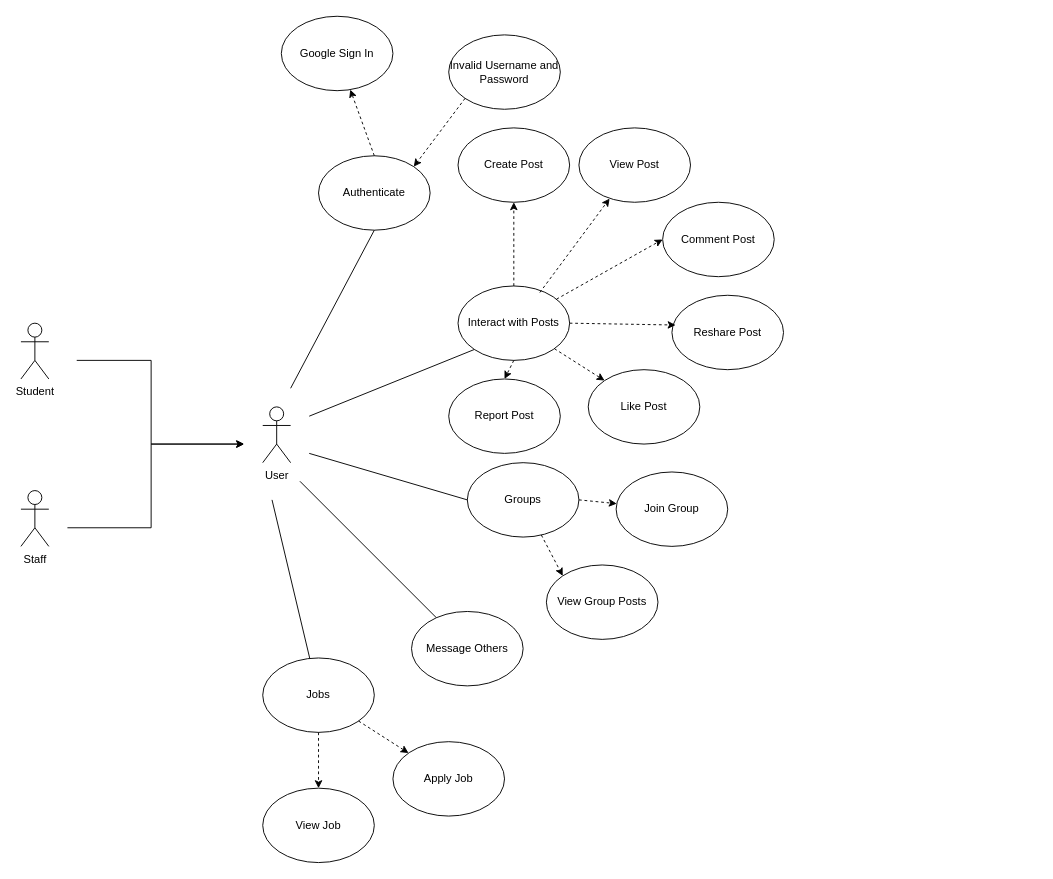
Earlier version of the draw.io diagram Untitled Diagram.drawio (owenbean400/USMsocialMedia). Source tidied: cells renumbered, new cells numbered last; positions are measured from the earlier drawing's top-left corner, leaving out a move shared by most shapes. Both pictures are drawn from the tidied source at 93%, with x=0, y=0 at pixel (20, 16).
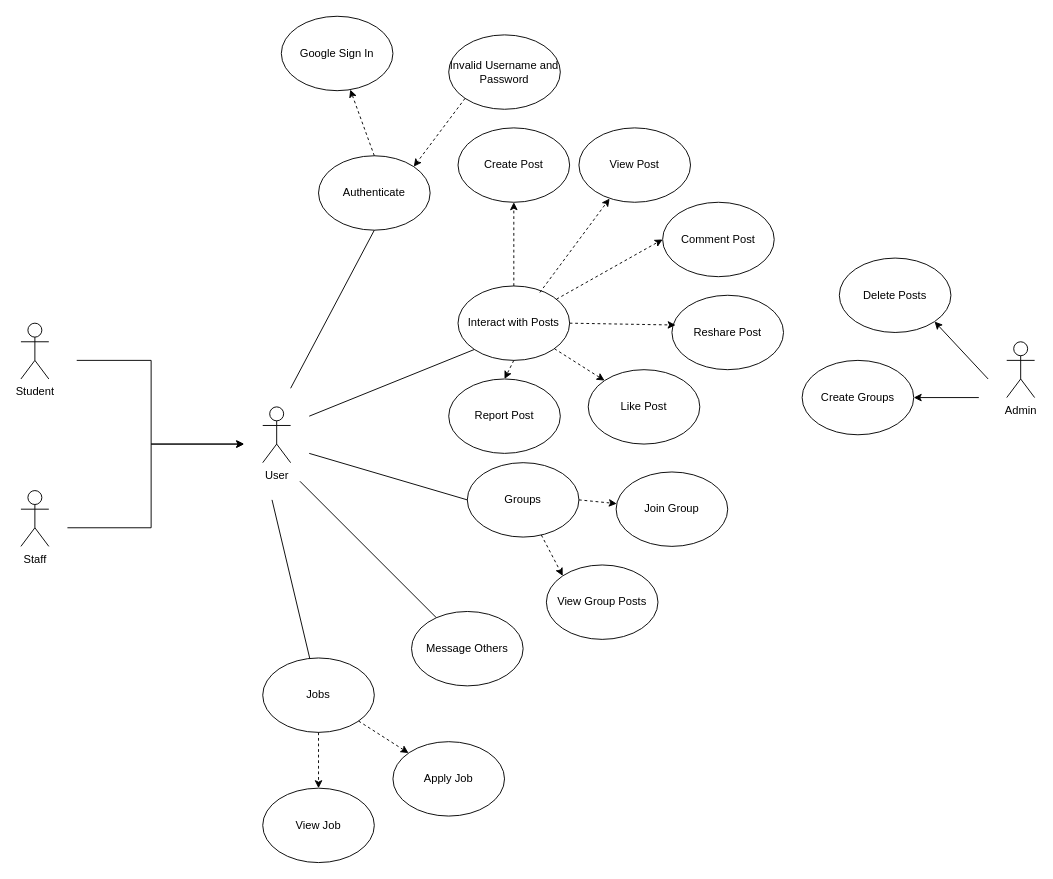
The same page after the edit.

Diff of the diagram source:
```diff
@@
+    <mxCell id="41" value="Admin" style="shape=umlActor;verticalLabelPosition=bottom;verticalAlign=top;html=1;" parent="1" vertex="1">
+      <mxGeometry x="1060" y="350" width="30" height="60" as="geometry" />
+    </mxCell>
+    <mxCell id="42" value="Delete Posts" style="ellipse;whiteSpace=wrap;html=1;" parent="1" vertex="1">
+      <mxGeometry x="880" y="260" width="120" height="80" as="geometry" />
+    </mxCell>
+    <mxCell id="43" style="endArrow=classic;html=1;rounded=0;entryX=1;entryY=1;entryDx=0;entryDy=0;" parent="1" edge="1" target="42">
+      <mxGeometry relative="1" as="geometry">
+        <mxPoint x="1040" y="390" as="sourcePoint" />
+      </mxGeometry>
+    </mxCell>
+    <mxCell id="44" value="Create Groups" style="ellipse;whiteSpace=wrap;html=1;" parent="1" vertex="1">
+      <mxGeometry x="840" y="370" width="120" height="80" as="geometry" />
+    </mxCell>
+    <mxCell id="45" style="endArrow=classic;html=1;rounded=0;entryX=1;entryY=0.5;entryDx=0;entryDy=0;" parent="1" edge="1" target="44">
+      <mxGeometry relative="1" as="geometry">
+        <mxPoint x="1030" y="410" as="sourcePoint" />
+      </mxGeometry>
+    </mxCell>
```
